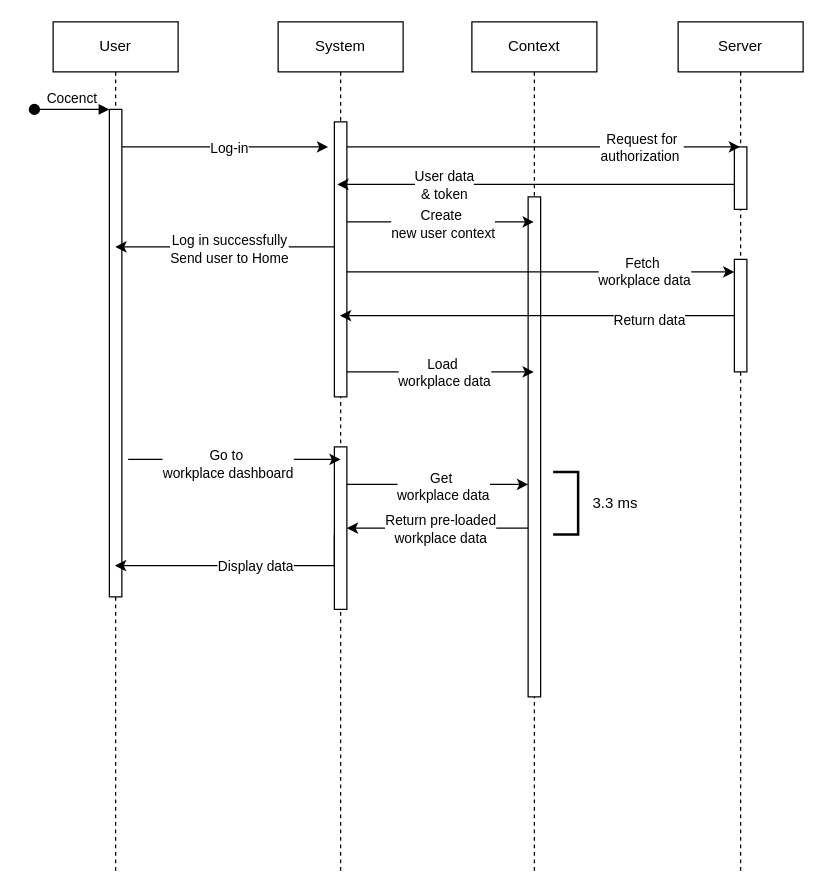
The draw.io diagram documentation/InterfaceLoading.drawio in 100volts/100volts-desktop, before the edit. Source tidied: cells renumbered, new cells numbered last; positions are measured from the earlier drawing's top-left corner, leaving out a move shared by most shapes. Both pictures are drawn from the tidied source at 125%, with x=0, y=0 at pixel (34, 21).
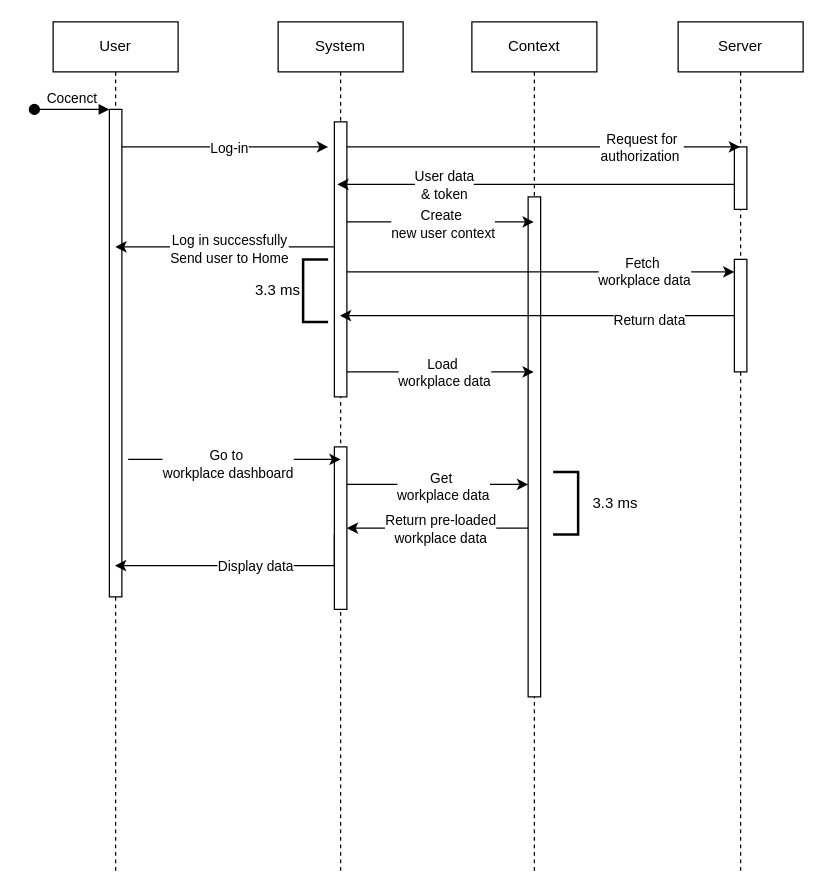
Above is the later version.

What changed in the source:
```diff
@@
+    <mxCell id="39" style="strokeWidth=2;html=1;shape=mxgraph.flowchart.annotation_1;align=left;rotation=0;" parent="1" vertex="1">
+      <mxGeometry x="215" y="190" width="20" height="50" as="geometry" />
+    </mxCell>
+    <mxCell id="40" value="3.3 ms" style="text;html=1;align=center;verticalAlign=middle;whiteSpace=wrap;rounded=0;" parent="1" vertex="1">
+      <mxGeometry x="165" y="200" width="60" height="30" as="geometry" />
+    </mxCell>
```
